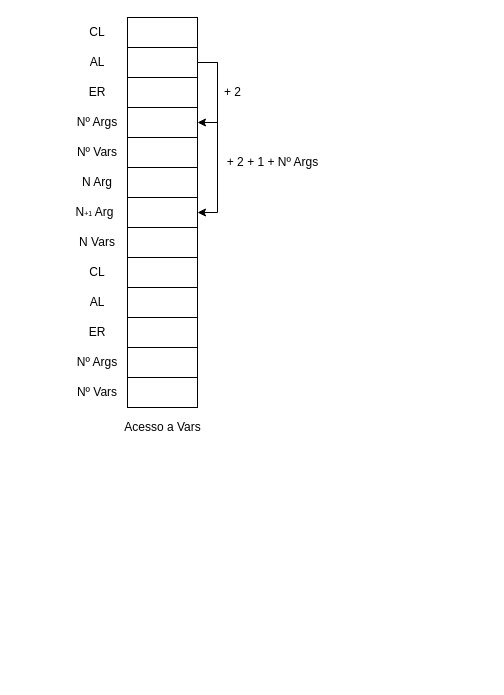
This is page "Page-2" (2 of 2) of diagramas/push_var.drawio from Tiago-Matinho/LP, a draw.io file, before an edit. Source tidied: cells renumbered, new cells numbered last; positions are measured from the earlier drawing's top-left corner, leaving out a move shared by most shapes. Both pictures are drawn from the tidied source at 100%, with x=0, y=0 at pixel (67, 17).
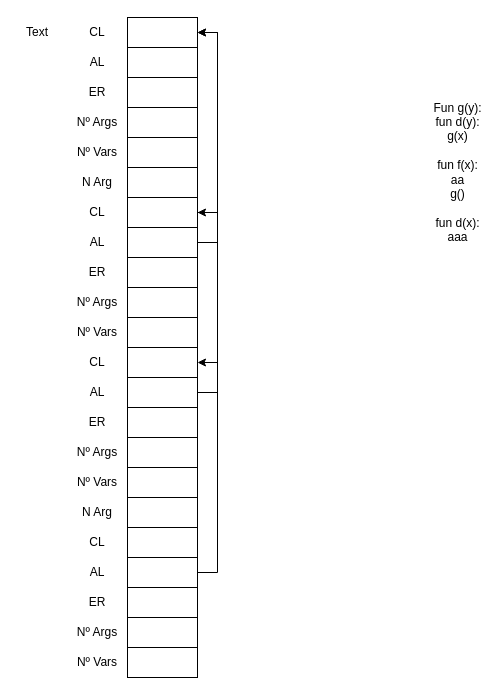
Above is the later version.

The change refers to these unchanged cells:
```xml
<mxCell id="2" style="rounded=0;whiteSpace=wrap;html=1;" parent="1" vertex="1">
  <mxGeometry x="60" width="70" height="30" as="geometry" />
</mxCell>
<mxCell id="5" style="rounded=0;whiteSpace=wrap;html=1;" parent="1" vertex="1">
  <mxGeometry x="60" y="30" width="70" height="30" as="geometry" />
</mxCell>
<mxCell id="7" style="rounded=0;whiteSpace=wrap;html=1;" parent="1" vertex="1">
  <mxGeometry x="60" y="90" width="70" height="30" as="geometry" />
</mxCell>
<mxCell id="10" style="rounded=0;whiteSpace=wrap;html=1;" parent="1" vertex="1">
  <mxGeometry x="60" y="210" width="70" height="30" as="geometry" />
</mxCell>
<mxCell id="14" style="rounded=0;whiteSpace=wrap;html=1;" parent="1" vertex="1">
  <mxGeometry x="60" y="330" width="70" height="30" as="geometry" />
</mxCell>
<mxCell id="15" style="rounded=0;whiteSpace=wrap;html=1;" parent="1" vertex="1">
  <mxGeometry x="60" y="360" width="70" height="30" as="geometry" />
</mxCell>
<mxCell id="28" style="rounded=0;whiteSpace=wrap;html=1;" parent="1" vertex="1">
  <mxGeometry x="60" y="180" width="70" height="30" as="geometry" />
</mxCell>
```

The edit, as a diff of the source:
```diff
@@
-    <mxCell id="3" style="edgeStyle=orthogonalEdgeStyle;rounded=0;jettySize=auto;html=1;exitX=1;exitY=0.5;exitDx=0;exitDy=0;entryX=1;entryY=0.5;entryDx=0;entryDy=0;" parent="1" edge="1" source="5" target="7">
-      <mxGeometry relative="1" as="geometry" />
-    </mxCell>
-    <mxCell id="4" style="edgeStyle=orthogonalEdgeStyle;rounded=0;jettySize=auto;html=1;exitX=1;exitY=0.5;exitDx=0;exitDy=0;entryX=1;entryY=0.5;entryDx=0;entryDy=0;" parent="1" edge="1" source="5" target="28">
-      <mxGeometry relative="1" as="geometry" />
-    </mxCell>
@@
+    <mxCell id="33" style="edgeStyle=orthogonalEdgeStyle;rounded=0;jettySize=auto;html=1;exitX=1;exitY=0.5;exitDx=0;exitDy=0;entryX=1;entryY=0.5;entryDx=0;entryDy=0;" parent="1" edge="1" source="10" target="2">
+      <mxGeometry relative="1" as="geometry" />
+    </mxCell>
@@
+    <mxCell id="34" style="edgeStyle=orthogonalEdgeStyle;rounded=0;jettySize=auto;html=1;exitX=1;exitY=0.5;exitDx=0;exitDy=0;entryX=1;entryY=0.5;entryDx=0;entryDy=0;" parent="1" edge="1" source="15" target="28">
+      <mxGeometry relative="1" as="geometry" />
+    </mxCell>
@@
     <mxCell id="21" value="CL" style="text;html=1;strokeColor=none;fillColor=none;align=center;verticalAlign=middle;whiteSpace=wrap;rounded=0;" parent="1" vertex="1">
-      <mxGeometry x="10" y="245" width="40" height="20" as="geometry" />
+      <mxGeometry x="10" y="185" width="40" height="20" as="geometry" />
     </mxCell>
     <mxCell id="22" value="AL" style="text;html=1;strokeColor=none;fillColor=none;align=center;verticalAlign=middle;whiteSpace=wrap;rounded=0;" parent="1" vertex="1">
-      <mxGeometry x="10" y="275" width="40" height="20" as="geometry" />
+      <mxGeometry x="10" y="215" width="40" height="20" as="geometry" />
     </mxCell>
     <mxCell id="23" value="ER" style="text;html=1;strokeColor=none;fillColor=none;align=center;verticalAlign=middle;whiteSpace=wrap;rounded=0;" parent="1" vertex="1">
-      <mxGeometry x="10" y="305" width="40" height="20" as="geometry" />
+      <mxGeometry x="10" y="245" width="40" height="20" as="geometry" />
     </mxCell>
     <mxCell id="24" value="Nº Args" style="text;html=1;strokeColor=none;fillColor=none;align=center;verticalAlign=middle;whiteSpace=wrap;rounded=0;" parent="1" vertex="1">
-      <mxGeometry x="5" y="335" width="50" height="20" as="geometry" />
+      <mxGeometry x="5" y="275" width="50" height="20" as="geometry" />
     </mxCell>
     <mxCell id="25" value="Nº Vars" style="text;html=1;strokeColor=none;fillColor=none;align=center;verticalAlign=middle;whiteSpace=wrap;rounded=0;" parent="1" vertex="1">
-      <mxGeometry x="5" y="365" width="50" height="20" as="geometry" />
+      <mxGeometry x="5" y="305" width="50" height="20" as="geometry" />
     </mxCell>
@@
-    <mxCell id="27" value="N Vars" style="text;html=1;strokeColor=none;fillColor=none;align=center;verticalAlign=middle;whiteSpace=wrap;rounded=0;" parent="1" vertex="1">
-      <mxGeometry x="5" y="215" width="50" height="20" as="geometry" />
-    </mxCell>
+    <mxCell id="35" style="edgeStyle=orthogonalEdgeStyle;rounded=0;jettySize=auto;html=1;exitX=1;exitY=0.5;exitDx=0;exitDy=0;entryX=1;entryY=0.5;entryDx=0;entryDy=0;" parent="1" edge="1" source="28" target="2">
+      <mxGeometry relative="1" as="geometry" />
+    </mxCell>
@@
-    <mxCell id="29" value="N&lt;font style=&quot;font-size: 7px&quot;&gt;+1&lt;/font&gt; Arg" style="text;html=1;strokeColor=none;fillColor=none;align=center;verticalAlign=middle;whiteSpace=wrap;rounded=0;" parent="1" vertex="1">
-      <mxGeometry y="185" width="55" height="20" as="geometry" />
-    </mxCell>
-    <mxCell id="30" value="+ 2" style="text;html=1;align=center;verticalAlign=middle;" parent="1" vertex="1">
-      <mxGeometry x="150" y="65" width="30" height="20" as="geometry" />
-    </mxCell>
-    <mxCell id="31" value="+ 2 + 1 + Nº Args" style="text;html=1;align=center;verticalAlign=middle;" parent="1" vertex="1">
-      <mxGeometry x="150" y="135" width="110" height="20" as="geometry" />
-    </mxCell>
-    <mxCell id="32" value="Acesso a Vars" style="text;html=1;align=center;verticalAlign=middle;" parent="1" vertex="1">
-      <mxGeometry x="50" y="400" width="90" height="20" as="geometry" />
-    </mxCell>
+    <mxCell id="36" value="CL" style="text;html=1;strokeColor=none;fillColor=none;align=center;verticalAlign=middle;whiteSpace=wrap;rounded=0;" parent="1" vertex="1">
+      <mxGeometry x="10" y="335" width="40" height="20" as="geometry" />
+    </mxCell>
+    <mxCell id="37" value="AL" style="text;html=1;strokeColor=none;fillColor=none;align=center;verticalAlign=middle;whiteSpace=wrap;rounded=0;" parent="1" vertex="1">
+      <mxGeometry x="10" y="365" width="40" height="20" as="geometry" />
+    </mxCell>
+    <mxCell id="38" value="ER" style="text;html=1;strokeColor=none;fillColor=none;align=center;verticalAlign=middle;whiteSpace=wrap;rounded=0;" parent="1" vertex="1">
+      <mxGeometry x="10" y="395" width="40" height="20" as="geometry" />
+    </mxCell>
+    <mxCell id="39" value="Nº Args" style="text;html=1;strokeColor=none;fillColor=none;align=center;verticalAlign=middle;whiteSpace=wrap;rounded=0;" parent="1" vertex="1">
+      <mxGeometry x="5" y="425" width="50" height="20" as="geometry" />
+    </mxCell>
+    <mxCell id="40" value="Nº Vars" style="text;html=1;strokeColor=none;fillColor=none;align=center;verticalAlign=middle;whiteSpace=wrap;rounded=0;" parent="1" vertex="1">
+      <mxGeometry x="5" y="455" width="50" height="20" as="geometry" />
+    </mxCell>
+    <mxCell id="41" value="CL" style="text;html=1;strokeColor=none;fillColor=none;align=center;verticalAlign=middle;whiteSpace=wrap;rounded=0;" parent="1" vertex="1">
+      <mxGeometry x="10" y="515" width="40" height="20" as="geometry" />
+    </mxCell>
+    <mxCell id="42" value="AL" style="text;html=1;strokeColor=none;fillColor=none;align=center;verticalAlign=middle;whiteSpace=wrap;rounded=0;" parent="1" vertex="1">
+      <mxGeometry x="10" y="545" width="40" height="20" as="geometry" />
+    </mxCell>
+    <mxCell id="43" value="ER" style="text;html=1;strokeColor=none;fillColor=none;align=center;verticalAlign=middle;whiteSpace=wrap;rounded=0;" parent="1" vertex="1">
+      <mxGeometry x="10" y="575" width="40" height="20" as="geometry" />
+    </mxCell>
+    <mxCell id="44" value="Nº Args" style="text;html=1;strokeColor=none;fillColor=none;align=center;verticalAlign=middle;whiteSpace=wrap;rounded=0;" parent="1" vertex="1">
+      <mxGeometry x="5" y="605" width="50" height="20" as="geometry" />
+    </mxCell>
+    <mxCell id="45" value="Nº Vars" style="text;html=1;strokeColor=none;fillColor=none;align=center;verticalAlign=middle;whiteSpace=wrap;rounded=0;" parent="1" vertex="1">
+      <mxGeometry x="5" y="635" width="50" height="20" as="geometry" />
+    </mxCell>
+    <mxCell id="46" value="N Arg" style="text;html=1;strokeColor=none;fillColor=none;align=center;verticalAlign=middle;whiteSpace=wrap;rounded=0;" parent="1" vertex="1">
+      <mxGeometry x="5" y="485" width="50" height="20" as="geometry" />
+    </mxCell>
+    <mxCell id="47" style="rounded=0;whiteSpace=wrap;html=1;" parent="1" vertex="1">
+      <mxGeometry x="60" y="390" width="70" height="30" as="geometry" />
+    </mxCell>
+    <mxCell id="48" style="rounded=0;whiteSpace=wrap;html=1;" parent="1" vertex="1">
+      <mxGeometry x="60" y="420" width="70" height="30" as="geometry" />
+    </mxCell>
+    <mxCell id="49" style="rounded=0;whiteSpace=wrap;html=1;" parent="1" vertex="1">
+      <mxGeometry x="60" y="450" width="70" height="30" as="geometry" />
+    </mxCell>
+    <mxCell id="50" style="rounded=0;whiteSpace=wrap;html=1;" parent="1" vertex="1">
+      <mxGeometry x="60" y="510" width="70" height="30" as="geometry" />
+    </mxCell>
+    <mxCell id="51" style="edgeStyle=orthogonalEdgeStyle;rounded=0;jettySize=auto;html=1;exitX=1;exitY=0.5;exitDx=0;exitDy=0;entryX=1;entryY=0.5;entryDx=0;entryDy=0;" parent="1" edge="1" source="52" target="14">
+      <mxGeometry relative="1" as="geometry" />
+    </mxCell>
+    <mxCell id="52" style="rounded=0;whiteSpace=wrap;html=1;" parent="1" vertex="1">
+      <mxGeometry x="60" y="540" width="70" height="30" as="geometry" />
+    </mxCell>
+    <mxCell id="53" style="rounded=0;whiteSpace=wrap;html=1;" parent="1" vertex="1">
+      <mxGeometry x="60" y="570" width="70" height="30" as="geometry" />
+    </mxCell>
+    <mxCell id="54" style="rounded=0;whiteSpace=wrap;html=1;" parent="1" vertex="1">
+      <mxGeometry x="60" y="600" width="70" height="30" as="geometry" />
+    </mxCell>
+    <mxCell id="55" style="rounded=0;whiteSpace=wrap;html=1;" parent="1" vertex="1">
+      <mxGeometry x="60" y="630" width="70" height="30" as="geometry" />
+    </mxCell>
+    <mxCell id="56" style="rounded=0;whiteSpace=wrap;html=1;" parent="1" vertex="1">
+      <mxGeometry x="60" y="480" width="70" height="30" as="geometry" />
+    </mxCell>
+    <mxCell id="57" value="Fun g(y):&lt;br&gt;fun d(y):&lt;br&gt;g(x)&lt;br&gt;&lt;br&gt;fun f(x):&lt;br&gt;aa&lt;br&gt;g()&lt;br&gt;&lt;br&gt;fun d(x):&lt;br&gt;aaa" style="text;html=1;align=center;verticalAlign=middle;" parent="1" vertex="1">
+      <mxGeometry x="360" y="80" width="60" height="150" as="geometry" />
+    </mxCell>
+    <mxCell id="58" value="Text" style="text;html=1;strokeColor=none;fillColor=none;align=center;verticalAlign=middle;whiteSpace=wrap;rounded=0;" parent="1" vertex="1">
+      <mxGeometry x="-50" y="5" width="40" height="20" as="geometry" />
+    </mxCell>
```
